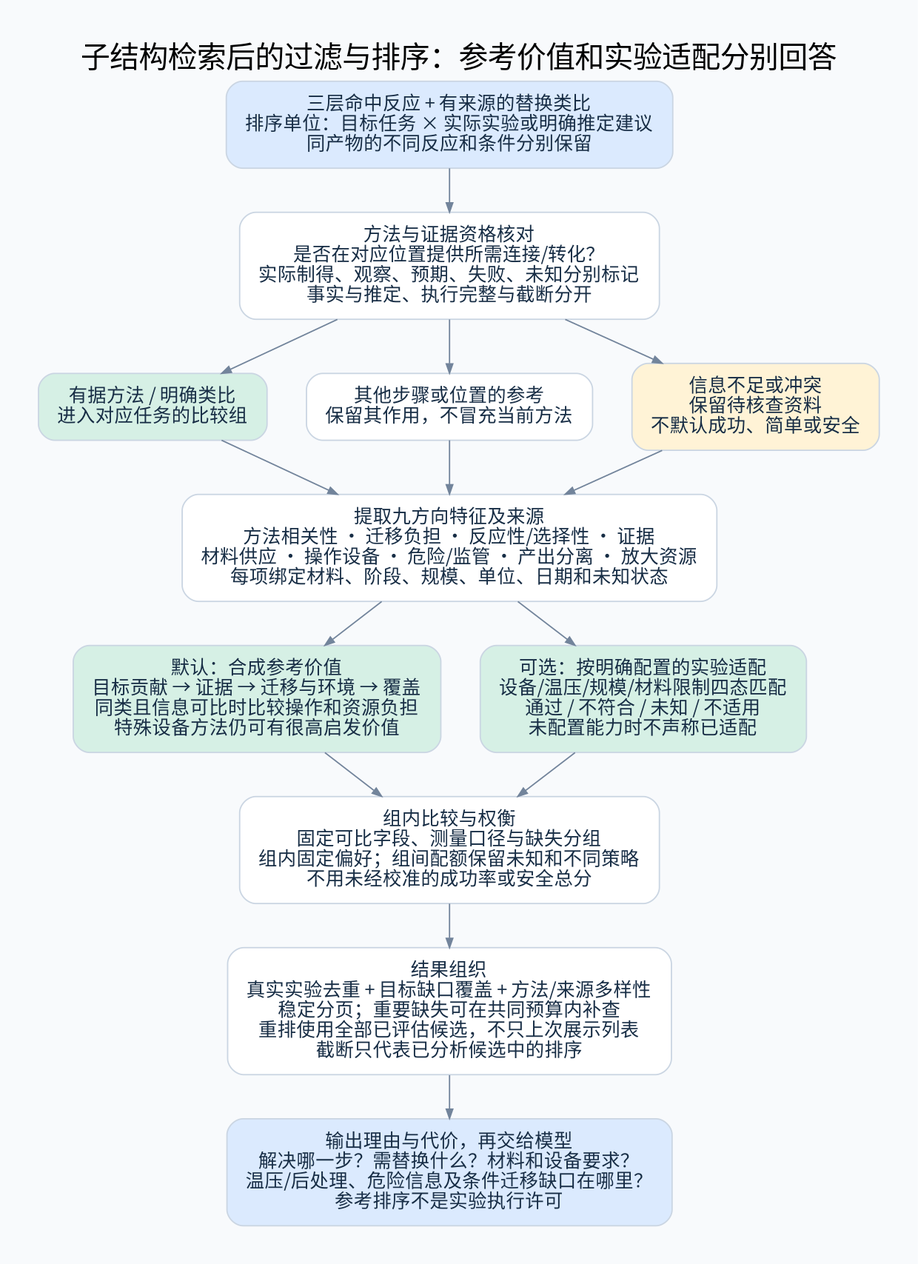
Earlier version of the Graphviz export diagrams/result-ranking.png (825728139/substructure_search). Its source is kept beside it as diagrams/result-ranking.dot.
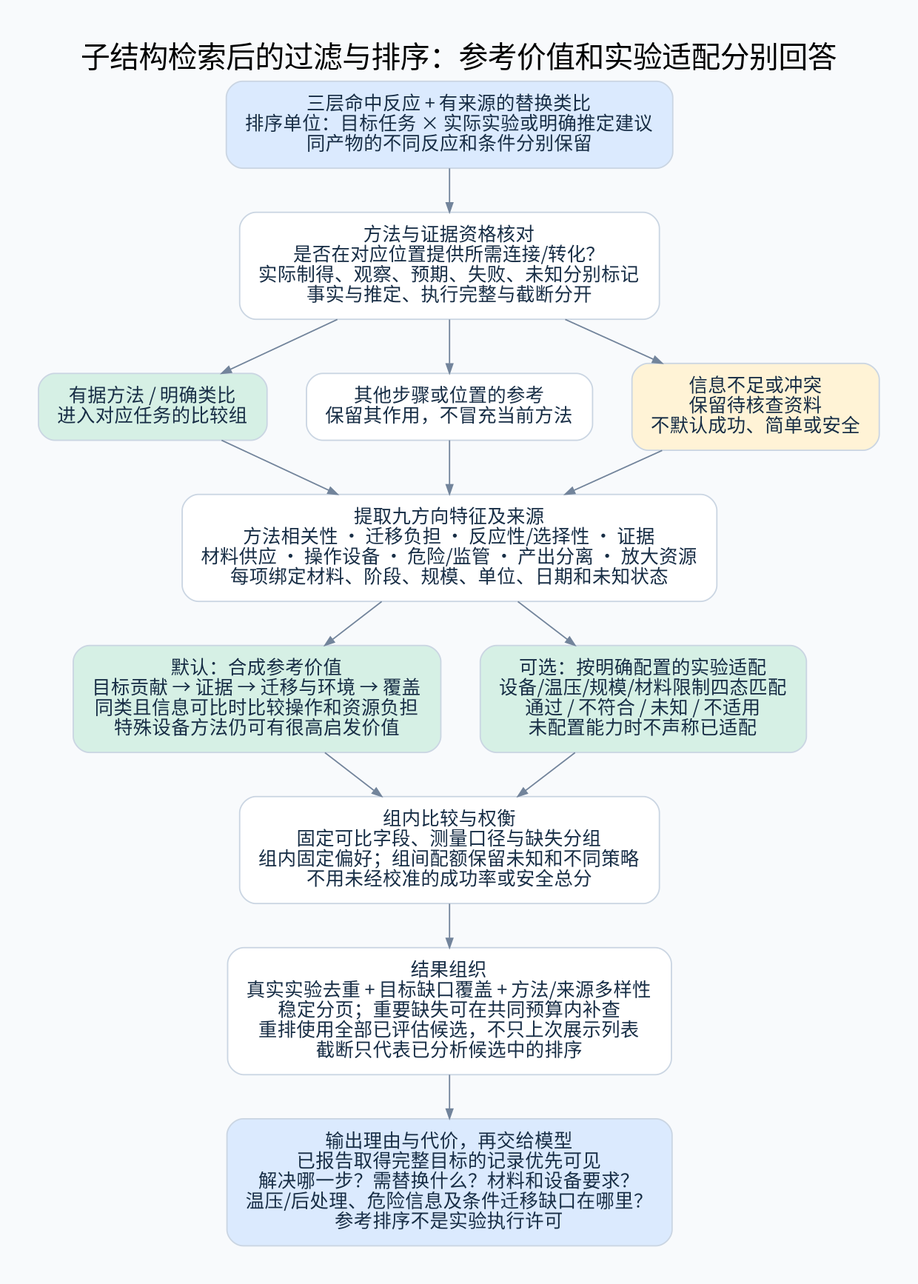
The same file after the commit.

The edit, as a diff of the source:
```diff
@@ -41,6 +41,7 @@
 重排使用全部已评估候选，不只上次展示列表
 截断只代表已分析候选中的排序"];
 result [label="输出理由与代价，再交给模型
+已报告取得完整目标的记录优先可见
 解决哪一步？需替换什么？材料和设备要求？
 温压/后处理、危险信息及条件迁移缺口在哪里？
 参考排序不是实验执行许可", fillcolor="#DBEAFE"];
```
